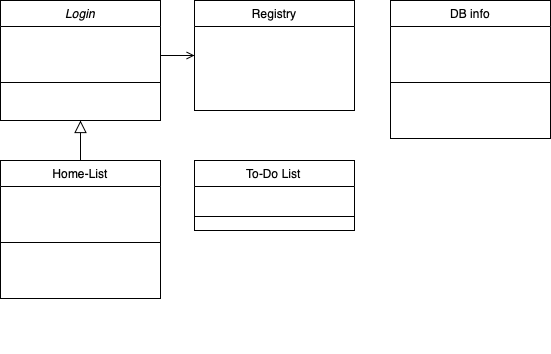
Earlier version of the draw.io export design/To-Do App Class Diagram.png (imaneya/clush-todo-backend). Source tidied: cells renumbered, new cells last; positions are measured from the earlier drawing's top-left corner, leaving out a move shared by most shapes.
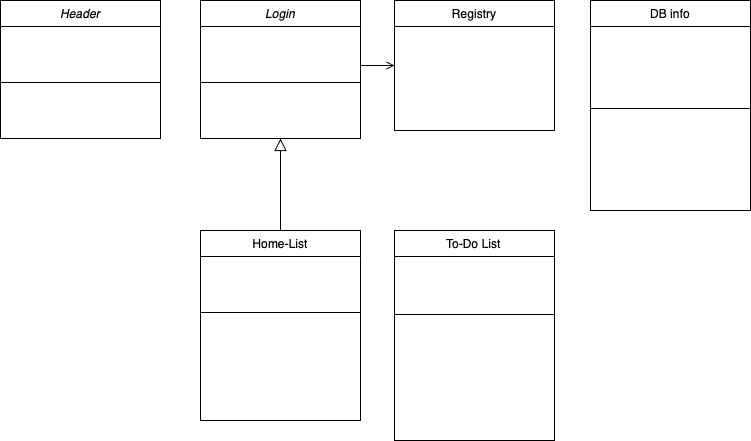
After the commit.

What changed in the source:
```diff
@@ -3,7 +3,7 @@
     <mxCell id="0" />
     <mxCell id="1" parent="0" />
     <mxCell id="2" value="Login" style="swimlane;fontStyle=2;align=center;verticalAlign=top;horizontal=1;startSize=26;rounded=0;shadow=0;strokeWidth=1;" parent="1" vertex="1">
-      <mxGeometry width="160" height="120" as="geometry" />
+      <mxGeometry y="-70" width="160" height="138" as="geometry" />
     </mxCell>
     <mxCell id="3" value="var UserId" style="text;align=left;verticalAlign=top;spacingLeft=4;spacingRight=4;overflow=hidden;rounded=0;shadow=0;html=0;fontColor=#FFFFFF;" parent="2" vertex="1">
       <mxGeometry y="26" width="160" height="26" as="geometry" />
@@ -14,11 +14,14 @@
     <mxCell id="5" style="line;html=1;strokeWidth=1;align=left;verticalAlign=middle;spacingTop=-1;spacingLeft=3;spacingRight=3;labelPosition=right;fontColor=#FFFFFF;" parent="2" vertex="1">
       <mxGeometry y="78" width="160" height="8" as="geometry" />
     </mxCell>
-    <mxCell id="6" value="function loginCheck()" style="text;align=left;verticalAlign=top;spacingLeft=4;spacingRight=4;overflow=hidden;fontColor=#FFFFFF;" parent="2" vertex="1">
+    <mxCell id="6" value="function LoginCheck()" style="text;align=left;verticalAlign=top;spacingLeft=4;spacingRight=4;overflow=hidden;fontColor=#FFFFFF;" parent="2" vertex="1">
       <mxGeometry y="86" width="160" height="26" as="geometry" />
     </mxCell>
+    <mxCell id="30" value="function goToHome()" style="text;align=left;verticalAlign=top;spacingLeft=4;spacingRight=4;overflow=hidden;fontColor=#FFFFFF;" parent="2" vertex="1">
+      <mxGeometry y="112" width="160" height="26" as="geometry" />
+    </mxCell>
     <mxCell id="7" value="Home-List" style="swimlane;fontStyle=0;align=center;verticalAlign=top;horizontal=1;startSize=26;rounded=0;shadow=0;strokeWidth=1;" parent="1" vertex="1">
-      <mxGeometry y="160" width="160" height="138" as="geometry" />
+      <mxGeometry y="160" width="160" height="190" as="geometry" />
     </mxCell>
     <mxCell id="8" value="var listId[]" style="text;align=left;verticalAlign=top;spacingLeft=4;spacingRight=4;overflow=hidden;fontColor=#FFFFFF;" parent="7" vertex="1">
       <mxGeometry y="26" width="160" height="26" as="geometry" />
@@ -39,33 +42,51 @@
       <mxGeometry relative="1" as="geometry" />
     </mxCell>
     <mxCell id="14" value="Registry" style="swimlane;fontStyle=0;align=center;verticalAlign=top;horizontal=1;startSize=26;rounded=0;shadow=0;strokeWidth=1;" parent="1" vertex="1">
-      <mxGeometry x="194" width="160" height="110" as="geometry" />
+      <mxGeometry x="194" y="-70" width="160" height="130" as="geometry" />
     </mxCell>
     <mxCell id="15" value="var UserId" style="text;align=left;verticalAlign=top;spacingLeft=4;spacingRight=4;overflow=hidden;fontColor=#FFFFFF;" parent="14" vertex="1">
       <mxGeometry y="26" width="160" height="26" as="geometry" />
     </mxCell>
-    <mxCell id="16" value="var UserId" style="text;align=left;verticalAlign=top;spacingLeft=4;spacingRight=4;overflow=hidden;rounded=0;shadow=0;html=0;fontColor=#FFFFFF;" parent="14" vertex="1">
+    <mxCell id="16" value="var UserPw" style="text;align=left;verticalAlign=top;spacingLeft=4;spacingRight=4;overflow=hidden;rounded=0;shadow=0;html=0;fontColor=#FFFFFF;" parent="14" vertex="1">
       <mxGeometry y="52" width="160" height="26" as="geometry" />
     </mxCell>
     <mxCell id="17" value="function userExist()" style="text;align=left;verticalAlign=top;spacingLeft=4;spacingRight=4;overflow=hidden;rounded=0;shadow=0;html=0;fontColor=#FFFFFF;" parent="14" vertex="1">
       <mxGeometry y="78" width="160" height="26" as="geometry" />
     </mxCell>
+    <mxCell id="31" value="function createUser()" style="text;align=left;verticalAlign=top;spacingLeft=4;spacingRight=4;overflow=hidden;rounded=0;shadow=0;html=0;fontColor=#FFFFFF;" parent="14" vertex="1">
+      <mxGeometry y="104" width="160" height="26" as="geometry" />
+    </mxCell>
     <mxCell id="18" style="endArrow=open;shadow=0;strokeWidth=1;rounded=0;curved=0;endFill=1;edgeStyle=elbowEdgeStyle;elbow=vertical;" parent="1" edge="1" source="2" target="14">
       <mxGeometry x="0.5" y="41" relative="1" as="geometry">
         <mxPoint x="-40" y="32" as="offset" />
       </mxGeometry>
     </mxCell>
     <mxCell id="19" value="To-Do List" style="swimlane;fontStyle=0;align=center;verticalAlign=top;horizontal=1;startSize=26;rounded=0;shadow=0;strokeWidth=1;" parent="1" vertex="1">
-      <mxGeometry x="194" y="160" width="160" height="70" as="geometry" />
+      <mxGeometry x="194" y="160" width="160" height="210" as="geometry" />
     </mxCell>
+    <mxCell id="32" value="var todoId[]" style="text;align=left;verticalAlign=top;spacingLeft=4;spacingRight=4;overflow=hidden;fontColor=#FFFFFF;" parent="19" vertex="1">
+      <mxGeometry y="26" width="160" height="26" as="geometry" />
+    </mxCell>
-    <mxCell id="20" value="Salary" style="text;align=left;verticalAlign=top;spacingLeft=4;spacingRight=4;overflow=hidden;fontColor=#FFFFFF;" parent="19" vertex="1">
-      <mxGeometry y="26" width="160" height="26" as="geometry" />
+    <mxCell id="20" value="var todoList[]" style="text;align=left;verticalAlign=top;spacingLeft=4;spacingRight=4;overflow=hidden;fontColor=#FFFFFF;" parent="19" vertex="1">
+      <mxGeometry y="52" width="160" height="28" as="geometry" />
     </mxCell>
     <mxCell id="21" style="line;html=1;strokeWidth=1;align=left;verticalAlign=middle;spacingTop=-1;spacingLeft=3;spacingRight=3;labelPosition=right;fontColor=#FFFFFF;" parent="19" vertex="1">
-      <mxGeometry y="52" width="160" height="8" as="geometry" />
+      <mxGeometry y="80" width="160" height="8" as="geometry" />
     </mxCell>
+    <mxCell id="33" value="function addTodoList()" style="text;align=left;verticalAlign=top;spacingLeft=4;spacingRight=4;overflow=hidden;fontColor=#FFFFFF;" parent="19" vertex="1">
+      <mxGeometry y="88" width="160" height="28" as="geometry" />
+    </mxCell>
+    <mxCell id="34" value="function getTodoList()" style="text;align=left;verticalAlign=top;spacingLeft=4;spacingRight=4;overflow=hidden;fontColor=#FFFFFF;" parent="19" vertex="1">
+      <mxGeometry y="116" width="160" height="28" as="geometry" />
+    </mxCell>
+    <mxCell id="35" value="function modTodoList()" style="text;align=left;verticalAlign=top;spacingLeft=4;spacingRight=4;overflow=hidden;fontColor=#FFFFFF;" parent="19" vertex="1">
+      <mxGeometry y="144" width="160" height="28" as="geometry" />
+    </mxCell>
+    <mxCell id="36" value="function delTodoList()" style="text;align=left;verticalAlign=top;spacingLeft=4;spacingRight=4;overflow=hidden;fontColor=#FFFFFF;" parent="19" vertex="1">
+      <mxGeometry y="172" width="160" height="28" as="geometry" />
+    </mxCell>
     <mxCell id="22" value="DB info" style="swimlane;fontStyle=0;align=center;verticalAlign=top;horizontal=1;startSize=26;rounded=0;shadow=0;strokeWidth=1;" parent="1" vertex="1">
-      <mxGeometry x="390" width="160" height="138" as="geometry" />
+      <mxGeometry x="390" y="-70" width="160" height="210" as="geometry" />
     </mxCell>
     <mxCell id="23" value="var DBid" style="text;align=left;verticalAlign=top;spacingLeft=4;spacingRight=4;overflow=hidden;fontColor=#FFFFFF;" parent="22" vertex="1">
       <mxGeometry y="26" width="160" height="26" as="geometry" />
@@ -73,20 +94,47 @@
     <mxCell id="24" value="var DBpw" style="text;align=left;verticalAlign=top;spacingLeft=4;spacingRight=4;overflow=hidden;rounded=0;shadow=0;html=0;fontColor=#FFFFFF;" parent="22" vertex="1">
       <mxGeometry y="52" width="160" height="26" as="geometry" />
     </mxCell>
+    <mxCell id="37" value="var DBname" style="text;align=left;verticalAlign=top;spacingLeft=4;spacingRight=4;overflow=hidden;rounded=0;shadow=0;html=0;fontColor=#FFFFFF;" parent="22" vertex="1">
+      <mxGeometry y="78" width="160" height="26" as="geometry" />
+    </mxCell>
     <mxCell id="25" style="line;html=1;strokeWidth=1;align=left;verticalAlign=middle;spacingTop=-1;spacingLeft=3;spacingRight=3;labelPosition=right;fontColor=#FFFFFF;" parent="22" vertex="1">
-      <mxGeometry y="78" width="160" height="8" as="geometry" />
+      <mxGeometry y="104" width="160" height="8" as="geometry" />
     </mxCell>
-    <mxCell id="26" value="function dbInfoCheck()" style="text;align=left;verticalAlign=top;spacingLeft=4;spacingRight=4;overflow=hidden;fontStyle=4;fontColor=#FFFFFF;" parent="22" vertex="1">
-      <mxGeometry y="86" width="160" height="26" as="geometry" />
+    <mxCell id="26" value="function getDbInfo()" style="text;align=left;verticalAlign=top;spacingLeft=4;spacingRight=4;overflow=hidden;fontStyle=4;fontColor=#FFFFFF;" parent="22" vertex="1">
+      <mxGeometry y="112" width="160" height="26" as="geometry" />
     </mxCell>
-    <mxCell id="27" value="function dbInfoModify()" style="text;align=left;verticalAlign=top;spacingLeft=4;spacingRight=4;overflow=hidden;fontColor=#FFFFFF;" parent="22" vertex="1">
-      <mxGeometry y="112" width="160" height="26" as="geometry" />
+    <mxCell id="27" value="function dbInfoCheck()" style="text;align=left;verticalAlign=top;spacingLeft=4;spacingRight=4;overflow=hidden;fontColor=#FFFFFF;" parent="22" vertex="1">
+      <mxGeometry y="138" width="160" height="26" as="geometry" />
     </mxCell>
+    <mxCell id="38" value="function dbInfoModify()" style="text;align=left;verticalAlign=top;spacingLeft=4;spacingRight=4;overflow=hidden;fontColor=#FFFFFF;" parent="22" vertex="1">
+      <mxGeometry y="164" width="160" height="26" as="geometry" />
+    </mxCell>
     <mxCell id="28" value="function modList()" style="text;align=left;verticalAlign=top;spacingLeft=4;spacingRight=4;overflow=hidden;fontColor=#FFFFFF;" parent="1" vertex="1">
       <mxGeometry y="298" width="160" height="26" as="geometry" />
     </mxCell>
     <mxCell id="29" value="function delList()" style="text;align=left;verticalAlign=top;spacingLeft=4;spacingRight=4;overflow=hidden;fontColor=#FFFFFF;" parent="1" vertex="1">
       <mxGeometry y="324" width="160" height="26" as="geometry" />
     </mxCell>
+    <mxCell id="39" value="function backToLogin()" style="text;align=left;verticalAlign=top;spacingLeft=4;spacingRight=4;overflow=hidden;fontColor=#FFFFFF;" parent="1" vertex="1">
+      <mxGeometry x="194" y="60" width="160" height="26" as="geometry" />
+    </mxCell>
+    <mxCell id="40" value="Header" style="swimlane;fontStyle=2;align=center;verticalAlign=top;horizontal=1;startSize=26;rounded=0;shadow=0;strokeWidth=1;" parent="1" vertex="1">
+      <mxGeometry x="-200" y="-70" width="160" height="138" as="geometry" />
+    </mxCell>
+    <mxCell id="41" value="var UserId" style="text;align=left;verticalAlign=top;spacingLeft=4;spacingRight=4;overflow=hidden;rounded=0;shadow=0;html=0;fontColor=#FFFFFF;" parent="40" vertex="1">
+      <mxGeometry y="26" width="160" height="26" as="geometry" />
+    </mxCell>
+    <mxCell id="42" value="var UserPw" style="text;align=left;verticalAlign=top;spacingLeft=4;spacingRight=4;overflow=hidden;rounded=0;shadow=0;html=0;fontColor=#FFFFFF;" parent="40" vertex="1">
+      <mxGeometry y="52" width="160" height="26" as="geometry" />
+    </mxCell>
+    <mxCell id="43" style="line;html=1;strokeWidth=1;align=left;verticalAlign=middle;spacingTop=-1;spacingLeft=3;spacingRight=3;labelPosition=right;fontColor=#FFFFFF;" parent="40" vertex="1">
+      <mxGeometry y="78" width="160" height="8" as="geometry" />
+    </mxCell>
+    <mxCell id="44" value="function UserCheck()" style="text;align=left;verticalAlign=top;spacingLeft=4;spacingRight=4;overflow=hidden;fontColor=#FFFFFF;" parent="40" vertex="1">
+      <mxGeometry y="86" width="160" height="26" as="geometry" />
+    </mxCell>
+    <mxCell id="45" value="function goToLogin()" style="text;align=left;verticalAlign=top;spacingLeft=4;spacingRight=4;overflow=hidden;fontColor=#FFFFFF;" parent="40" vertex="1">
+      <mxGeometry y="112" width="160" height="26" as="geometry" />
+    </mxCell>
   </root>
 </mxGraphModel>
```
